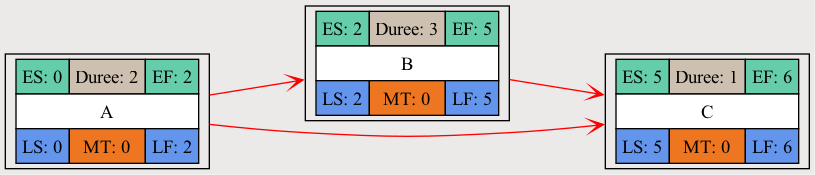
Earlier version of the Graphviz export public/charts/img/for_testing.png (Akouzeha/PertFinder). Its source is kept beside it as public/charts/for_testing.dot. The source it was exported from:
```dot
digraph PERT {
  rankdir=LR;
  ranksep=1;
  node [shape=record];
  edge [arrowhead=vee];
  bgcolor="#ECE9E9";
  102 [label=<<TABLE BORDER='0' CELLBORDER='1' CELLSPACING='0' CELLPADDING='4'>
        <TR><TD BGCOLOR= 'aquamarine3'>ES: 0</TD><TD BGCOLOR= 'antiquewhite3'>Duree: 2</TD><TD BGCOLOR= 'aquamarine3'>EF: 2</TD></TR>
        <TR><TD BGCOLOR= 'white' COLSPAN='3'>A</TD></TR>
        <TR><TD BGCOLOR= 'cornflowerblue'>LS: 0</TD><TD BGCOLOR= 'chocolate2'>MT: 0</TD><TD BGCOLOR= 'cornflowerblue'>LF: 2</TD></TR>

        </TABLE>>]
  103 [label=<<TABLE BORDER='0' CELLBORDER='1' CELLSPACING='0' CELLPADDING='4'>
        <TR><TD BGCOLOR= 'aquamarine3'>ES: 2</TD><TD BGCOLOR= 'antiquewhite3'>Duree: 3</TD><TD BGCOLOR= 'aquamarine3'>EF: 5</TD></TR>
        <TR><TD BGCOLOR= 'white' COLSPAN='3'>B</TD></TR>
        <TR><TD BGCOLOR= 'cornflowerblue'>LS: 2</TD><TD BGCOLOR= 'chocolate2'>MT: 0</TD><TD BGCOLOR= 'cornflowerblue'>LF: 5</TD></TR>

        </TABLE>>]
  104 [label=<<TABLE BORDER='0' CELLBORDER='1' CELLSPACING='0' CELLPADDING='4'>
        <TR><TD BGCOLOR= 'aquamarine3'>ES: 5</TD><TD BGCOLOR= 'antiquewhite3'>Duree: 1</TD><TD BGCOLOR= 'aquamarine3'>EF: 6</TD></TR>
        <TR><TD BGCOLOR= 'white' COLSPAN='3'>C</TD></TR>
        <TR><TD BGCOLOR= 'cornflowerblue'>LS: 5</TD><TD BGCOLOR= 'chocolate2'>MT: 0</TD><TD BGCOLOR= 'cornflowerblue'>LF: 6</TD></TR>

        </TABLE>>]
  102 -> 103 [color=red]
  102 -> 104 [color=red]
  103 -> 104 [color=red]
}
```
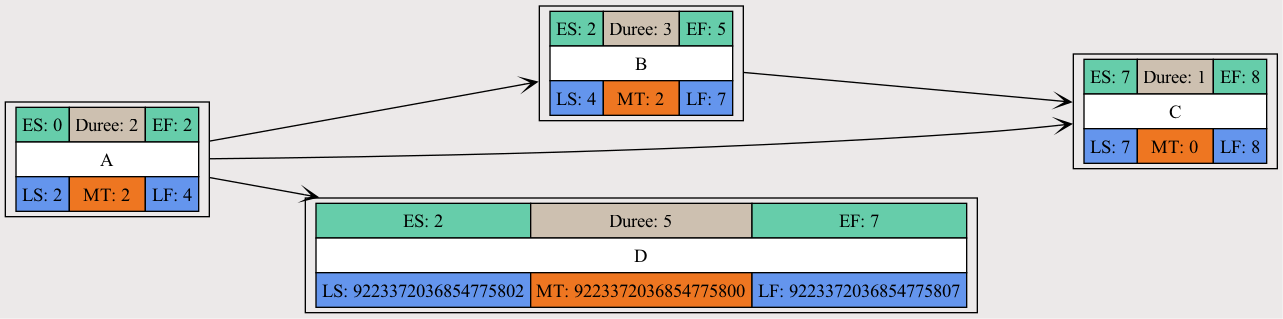
Above is the later version.

Diff of the diagram source:
```diff
@@ -7,22 +7,29 @@
   102 [label=<<TABLE BORDER='0' CELLBORDER='1' CELLSPACING='0' CELLPADDING='4'>
         <TR><TD BGCOLOR= 'aquamarine3'>ES: 0</TD><TD BGCOLOR= 'antiquewhite3'>Duree: 2</TD><TD BGCOLOR= 'aquamarine3'>EF: 2</TD></TR>
         <TR><TD BGCOLOR= 'white' COLSPAN='3'>A</TD></TR>
-        <TR><TD BGCOLOR= 'cornflowerblue'>LS: 0</TD><TD BGCOLOR= 'chocolate2'>MT: 0</TD><TD BGCOLOR= 'cornflowerblue'>LF: 2</TD></TR>
+        <TR><TD BGCOLOR= 'cornflowerblue'>LS: 2</TD><TD BGCOLOR= 'chocolate2'>MT: 2</TD><TD BGCOLOR= 'cornflowerblue'>LF: 4</TD></TR>
 
         </TABLE>>]
   103 [label=<<TABLE BORDER='0' CELLBORDER='1' CELLSPACING='0' CELLPADDING='4'>
         <TR><TD BGCOLOR= 'aquamarine3'>ES: 2</TD><TD BGCOLOR= 'antiquewhite3'>Duree: 3</TD><TD BGCOLOR= 'aquamarine3'>EF: 5</TD></TR>
         <TR><TD BGCOLOR= 'white' COLSPAN='3'>B</TD></TR>
-        <TR><TD BGCOLOR= 'cornflowerblue'>LS: 2</TD><TD BGCOLOR= 'chocolate2'>MT: 0</TD><TD BGCOLOR= 'cornflowerblue'>LF: 5</TD></TR>
+        <TR><TD BGCOLOR= 'cornflowerblue'>LS: 4</TD><TD BGCOLOR= 'chocolate2'>MT: 2</TD><TD BGCOLOR= 'cornflowerblue'>LF: 7</TD></TR>
 
         </TABLE>>]
   104 [label=<<TABLE BORDER='0' CELLBORDER='1' CELLSPACING='0' CELLPADDING='4'>
-        <TR><TD BGCOLOR= 'aquamarine3'>ES: 5</TD><TD BGCOLOR= 'antiquewhite3'>Duree: 1</TD><TD BGCOLOR= 'aquamarine3'>EF: 6</TD></TR>
+        <TR><TD BGCOLOR= 'aquamarine3'>ES: 7</TD><TD BGCOLOR= 'antiquewhite3'>Duree: 1</TD><TD BGCOLOR= 'aquamarine3'>EF: 8</TD></TR>
         <TR><TD BGCOLOR= 'white' COLSPAN='3'>C</TD></TR>
-        <TR><TD BGCOLOR= 'cornflowerblue'>LS: 5</TD><TD BGCOLOR= 'chocolate2'>MT: 0</TD><TD BGCOLOR= 'cornflowerblue'>LF: 6</TD></TR>
+        <TR><TD BGCOLOR= 'cornflowerblue'>LS: 7</TD><TD BGCOLOR= 'chocolate2'>MT: 0</TD><TD BGCOLOR= 'cornflowerblue'>LF: 8</TD></TR>
 
         </TABLE>>]
-  102 -> 103 [color=red]
-  102 -> 104 [color=red]
-  103 -> 104 [color=red]
+  111 [label=<<TABLE BORDER='0' CELLBORDER='1' CELLSPACING='0' CELLPADDING='4'>
+        <TR><TD BGCOLOR= 'aquamarine3'>ES: 2</TD><TD BGCOLOR= 'antiquewhite3'>Duree: 5</TD><TD BGCOLOR= 'aquamarine3'>EF: 7</TD></TR>
+        <TR><TD BGCOLOR= 'white' COLSPAN='3'>D</TD></TR>
+        <TR><TD BGCOLOR= 'cornflowerblue'>LS: 9223372036854775802</TD><TD BGCOLOR= 'chocolate2'>MT: 9223372036854775800</TD><TD BGCOLOR= 'cornflowerblue'>LF: 9223372036854775807</TD></TR>
+
+        </TABLE>>]
+  102 -> 103
+  102 -> 104
+  103 -> 104
+  102 -> 111
 }
```
